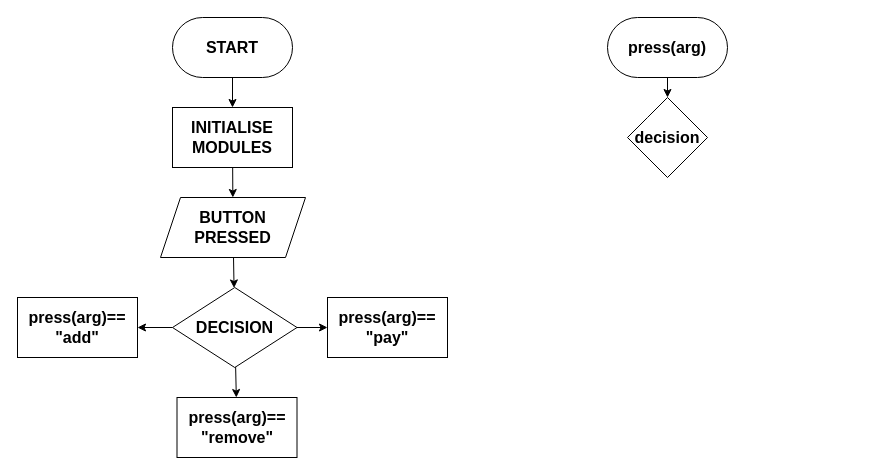
This is lemonadestand_flowchart.drawio from MAL-12DGT-2025/tkinter-projects-DynastyAstyn, a draw.io file, before an edit. Source tidied: cells renumbered, new cells numbered last; positions are measured from the earlier drawing's top-left corner, leaving out a move shared by most shapes. Both pictures are drawn from the tidied source at 100%, with x=0, y=0 at pixel (17, 17).
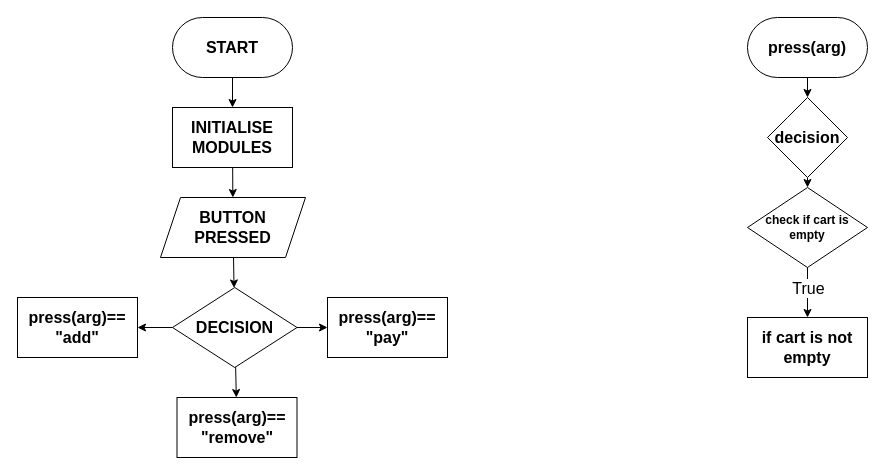
The same diagram, later.

The edit, as a diff of the source:
```diff
@@
     <mxCell id="16" value="press(arg)" style="rounded=1;whiteSpace=wrap;html=1;arcSize=50;strokeWidth=1;fontSize=16;fontStyle=1;" parent="1" vertex="1">
-      <mxGeometry x="590" width="120" height="60" as="geometry" />
+      <mxGeometry x="730" width="120" height="60" as="geometry" />
     </mxCell>
+    <mxCell id="18" style="edgeStyle=none;html=1;" parent="1" edge="1" source="17" target="22">
+      <mxGeometry relative="1" as="geometry" />
+    </mxCell>
     <mxCell id="17" value="decision" style="rhombus;whiteSpace=wrap;html=1;fontSize=16;rounded=1;arcSize=0;strokeWidth=1;fontStyle=1;" parent="1" vertex="1">
-      <mxGeometry x="610" y="80" width="80" height="80" as="geometry" />
+      <mxGeometry x="750" y="80" width="80" height="80" as="geometry" />
     </mxCell>
+    <mxCell id="19" style="edgeStyle=none;html=1;" parent="1" edge="1" target="21">
+      <mxGeometry relative="1" as="geometry">
+        <mxPoint x="790" y="240" as="sourcePoint" />
+      </mxGeometry>
+    </mxCell>
+    <mxCell id="20" value="True" style="edgeLabel;html=1;align=center;verticalAlign=middle;fontSize=16;" parent="19" vertex="1">
+      <mxGeometry x="-0.14" y="-11" relative="1" as="geometry">
+        <mxPoint x="11" y="4" as="offset" />
+      </mxGeometry>
+    </mxCell>
+    <mxCell id="21" value="if cart is not empty" style="whiteSpace=wrap;html=1;fontSize=16;rounded=1;arcSize=0;strokeWidth=1;fontStyle=1;" parent="1" vertex="1">
+      <mxGeometry x="730" y="300" width="120" height="60" as="geometry" />
+    </mxCell>
+    <mxCell id="22" value="check if cart is empty" style="rhombus;whiteSpace=wrap;html=1;fontSize=12;rounded=1;arcSize=0;strokeWidth=1;fontStyle=1;labelBackgroundColor=none;" parent="1" vertex="1">
+      <mxGeometry x="730" y="170" width="120" height="80" as="geometry" />
+    </mxCell>
```
